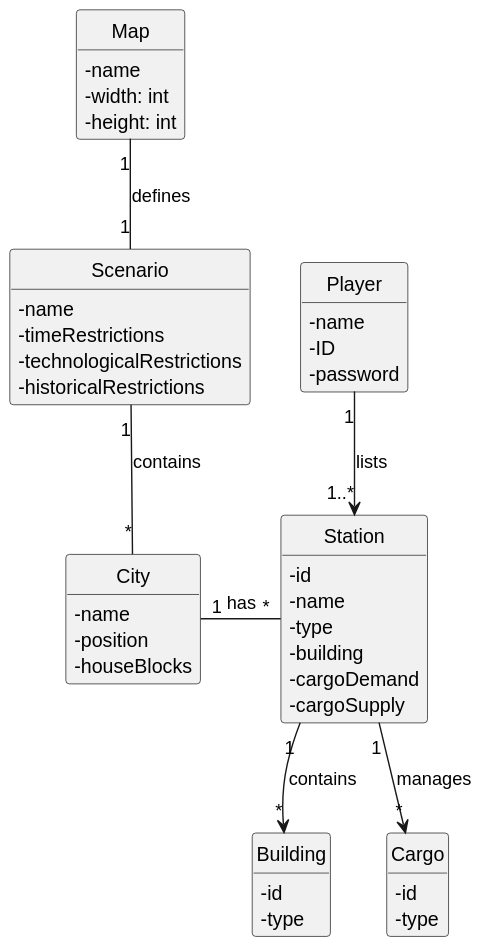
The PlantUML diagram docs/sprint3/us007/02.analysis/svg/us007-domain-model.svg in ivasduarte/all-aboard, before a commit.
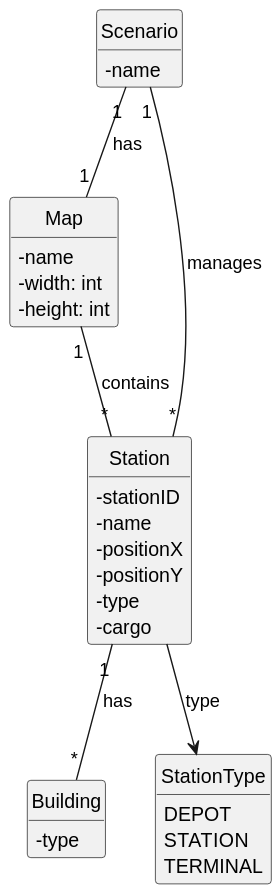
The same diagram one commit later.

Diff of the diagram source:
```diff
@@ -1,62 +1,42 @@
 @startuml
 skinparam monochrome true
 skinparam packageStyle rectangle
-skinparam shadowing false
-
-
 skinparam classAttributeIconSize 0
-
+hide methods
 hide circle
-hide methods
 
 class Map {
-    - name
-    - width: int
-    - height: int
+  - name
+  - width: int
+  - height: int
 }
 
 class Scenario {
-    - name
-    - timeRestrictions
-    - technologicalRestrictions
-    - historicalRestrictions
-}
-
-class City {
-    - name
-    - position
-    - houseBlocks
-}
-
-class Player {
-    - name
-    - ID
-    - password
+  - name
 }
 
 class Station {
-    - id
-    - name
-    - type
-    - building
-    - cargoDemand
-    - cargoSupply
+  - stationID
+  - name
+  - positionX
+  - positionY
+  - type
+  - cargo
 }
 
 class Building {
-    - id
-    - type
+  - type
 }
 
-class Cargo {
-    - id
-    - type
+enum StationType {
+  DEPOT
+  STATION
+  TERMINAL
 }
 
-Map "1" -- "1" Scenario : defines
-Scenario "1" -- "*" City : contains
-City "1" - "*" Station : has
-Player "1" --> "1..*" Station : lists
-Station "1" --> "*" Building : contains
-Station "1" --> "*" Cargo : manages
+Scenario "1" -- "1" Map: has
+Map "1" -- "*" Station : contains
+Scenario "1" -- "*" Station : manages
+Station "1" -- "*" Building : has
+Station --> StationType : type
 @enduml
```
